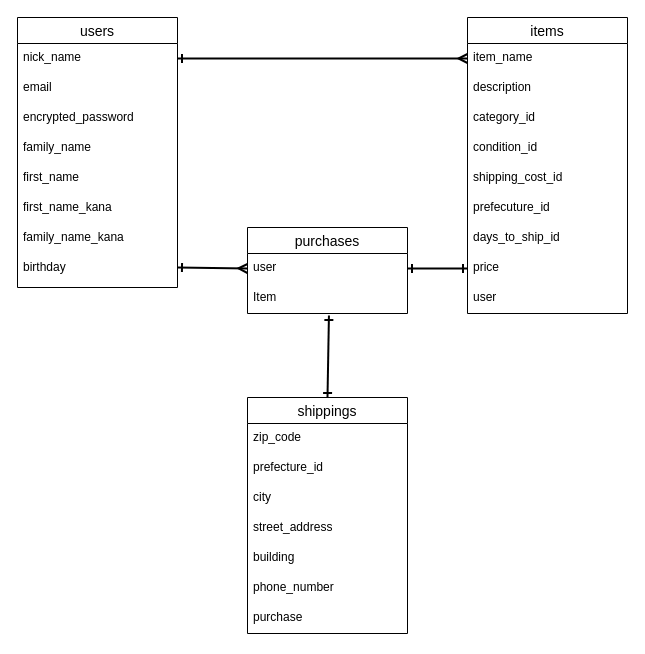
Above: test.dio in taku-luminary/furima-42019 (draw.io), before the change. Source tidied: cells renumbered, new cells numbered last; positions are measured from the earlier drawing's top-left corner, leaving out a move shared by most shapes. Both pictures are drawn from the tidied source at 100%, with x=0, y=0 at pixel (17, 17).
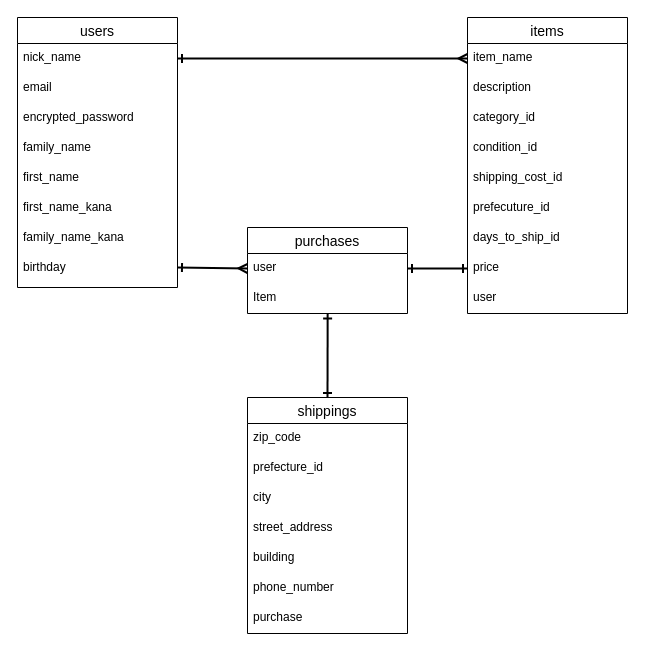
The same page after the edit.

The change refers to these unchanged cells:
```xml
<mxCell id="21" value="shippings" style="swimlane;fontStyle=0;horizontal=1;startSize=26;align=center;fontSize=14;" parent="1" vertex="1">
  <mxGeometry x="230" y="380" width="160" height="236" as="geometry" />
</mxCell>
<mxCell id="32" value="Item" style="text;strokeColor=none;fillColor=none;spacingLeft=4;spacingRight=4;overflow=hidden;points=[[0,0.5],[1,0.5]];portConstraint=eastwest;fontSize=12;whiteSpace=wrap;html=1;" parent="30" vertex="1">
  <mxGeometry y="56" width="160" height="30" as="geometry" />
</mxCell>
```

Diff of the diagram source:
```diff
@@
-    <mxCell id="34" style="edgeStyle=none;html=1;startArrow=ERone;startFill=0;endArrow=ERone;endFill=0;strokeWidth=2;entryX=0.5;entryY=0;entryDx=0;entryDy=0;exitX=0.509;exitY=1.067;exitDx=0;exitDy=0;exitPerimeter=0;" parent="1" edge="1" source="32" target="21">
+    <mxCell id="34" style="edgeStyle=none;html=1;startArrow=ERone;startFill=0;endArrow=ERone;endFill=0;strokeWidth=2;entryX=0.5;entryY=0;entryDx=0;entryDy=0;exitX=0.501;exitY=1.02;exitDx=0;exitDy=0;exitPerimeter=0;" parent="1" edge="1" source="32" target="21">
       <mxGeometry relative="1" as="geometry" />
     </mxCell>
```
